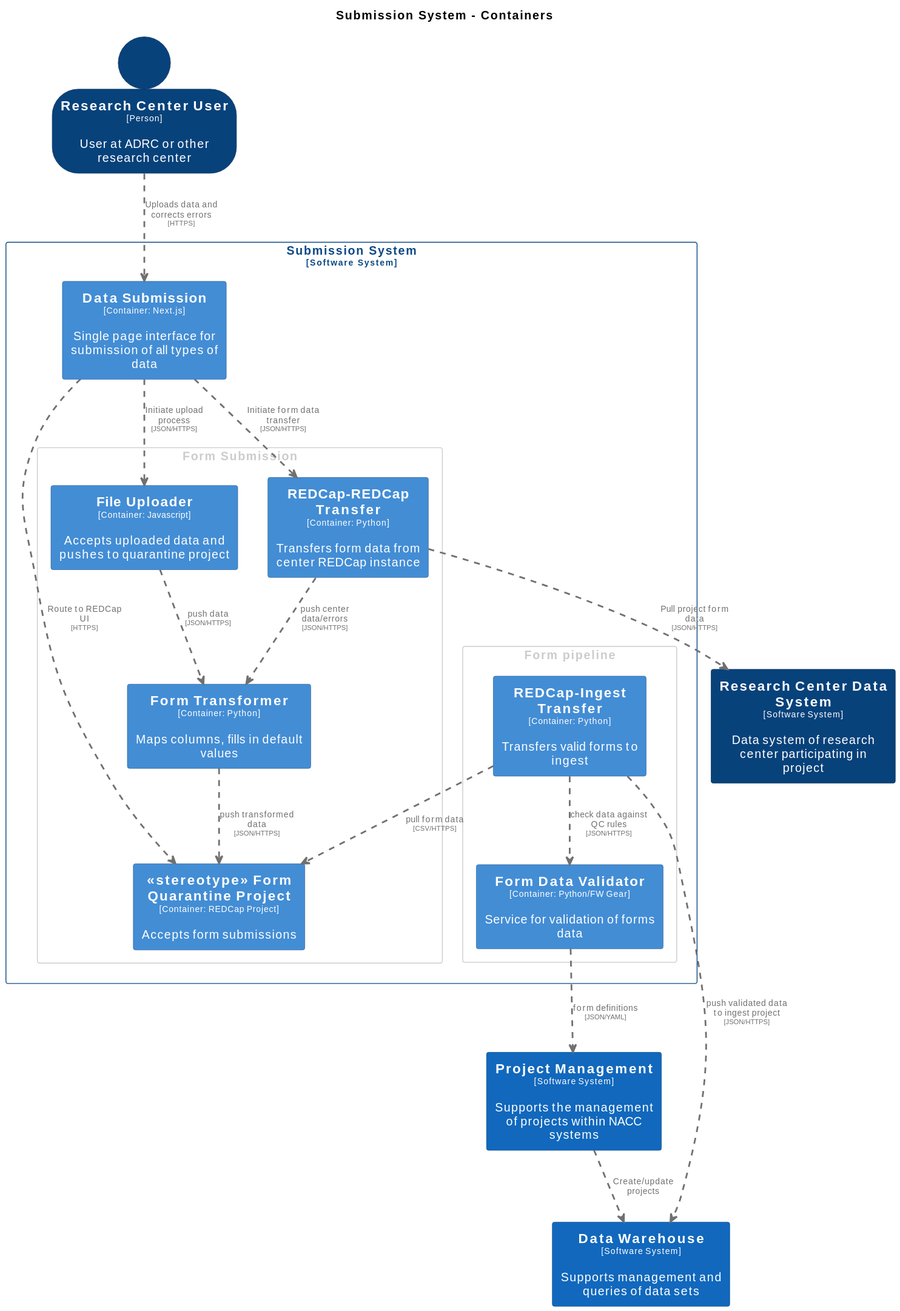
Earlier version of the PlantUML export docs/images/structurizr-SubmissionContainers.svg (naccdata/system-design).
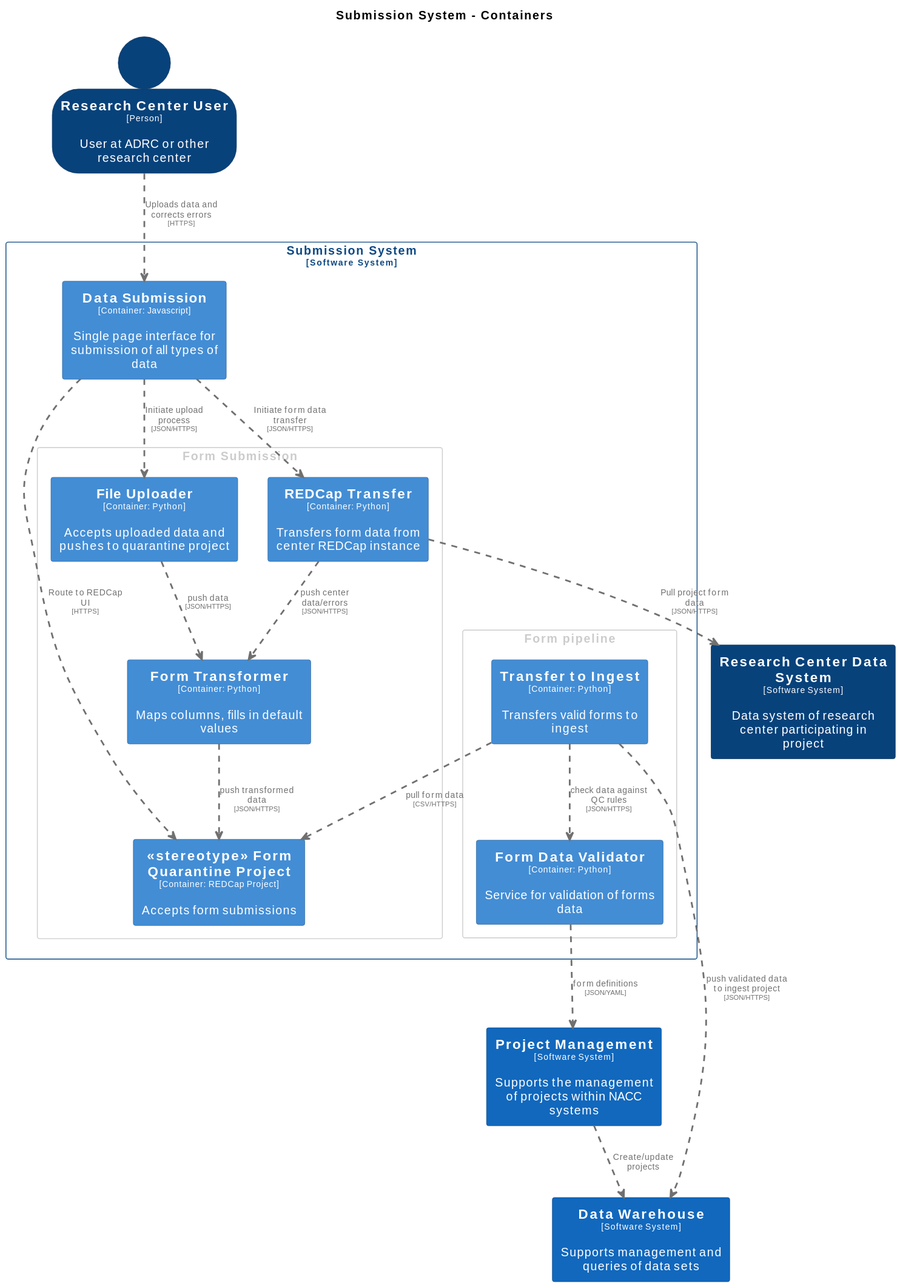
After the commit.

What changed in the source:
```diff
@@ -49,12 +49,7 @@
   FontColor #ffffff
   BorderColor #0b4884
 }
-skinparam rectangle<<SubmissionSystem.REDCapIngestTransfer>> {
-  BackgroundColor #438dd5
-  FontColor #ffffff
-  BorderColor #2e6295
-}
-skinparam rectangle<<SubmissionSystem.REDCapREDCapTransfer>> {
+skinparam rectangle<<SubmissionSystem.REDCapTransfer>> {
   BackgroundColor #438dd5
   FontColor #ffffff
   BorderColor #2e6295
@@ -68,6 +63,11 @@
   BackgroundColor #08427b
   FontColor #ffffff
   BorderColor #052e56
+}
+skinparam rectangle<<SubmissionSystem.TransfertoIngest>> {
+  BackgroundColor #438dd5
+  FontColor #ffffff
+  BorderColor #2e6295
 }
 
 rectangle "==Data Warehouse\n<size:10>[Software System]</size>\n\nSupports management and queries of data sets" <<DataWarehouse>> as DataWarehouse
@@ -85,32 +85,32 @@
 
     rectangle "==<<stereotype>> Form Quarantine Project\n<size:10>[Container: REDCap Project]</size>\n\nAccepts form submissions" <<SubmissionSystem.stereotypeFormQuarantineProject>> as SubmissionSystem.stereotypeFormQuarantineProject
     rectangle "==Form Transformer\n<size:10>[Container: Python]</size>\n\nMaps columns, fills in default values" <<SubmissionSystem.FormTransformer>> as SubmissionSystem.FormTransformer
-    rectangle "==REDCap-REDCap Transfer\n<size:10>[Container: Python]</size>\n\nTransfers form data from center REDCap instance" <<SubmissionSystem.REDCapREDCapTransfer>> as SubmissionSystem.REDCapREDCapTransfer
-    rectangle "==File Uploader\n<size:10>[Container: Javascript]</size>\n\nAccepts uploaded data and pushes to quarantine project" <<SubmissionSystem.FileUploader>> as SubmissionSystem.FileUploader
+    rectangle "==REDCap Transfer\n<size:10>[Container: Python]</size>\n\nTransfers form data from center REDCap instance" <<SubmissionSystem.REDCapTransfer>> as SubmissionSystem.REDCapTransfer
+    rectangle "==File Uploader\n<size:10>[Container: Python]</size>\n\nAccepts uploaded data and pushes to quarantine project" <<SubmissionSystem.FileUploader>> as SubmissionSystem.FileUploader
   }
 
   rectangle "Form pipeline" <<group2>> {
     skinparam RectangleBorderColor<<group2>> #cccccc
     skinparam RectangleFontColor<<group2>> #cccccc
 
-    rectangle "==Form Data Validator\n<size:10>[Container: Python/FW Gear]</size>\n\nService for validation of forms data" <<SubmissionSystem.FormDataValidator>> as SubmissionSystem.FormDataValidator
-    rectangle "==REDCap-Ingest Transfer\n<size:10>[Container: Python]</size>\n\nTransfers valid forms to ingest" <<SubmissionSystem.REDCapIngestTransfer>> as SubmissionSystem.REDCapIngestTransfer
+    rectangle "==Form Data Validator\n<size:10>[Container: Python]</size>\n\nService for validation of forms data" <<SubmissionSystem.FormDataValidator>> as SubmissionSystem.FormDataValidator
+    rectangle "==Transfer to Ingest\n<size:10>[Container: Python]</size>\n\nTransfers valid forms to ingest" <<SubmissionSystem.TransfertoIngest>> as SubmissionSystem.TransfertoIngest
   }
 
-  rectangle "==Data Submission\n<size:10>[Container: Next.js]</size>\n\nSingle page interface for submission of all types of data" <<SubmissionSystem.DataSubmission>> as SubmissionSystem.DataSubmission
+  rectangle "==Data Submission\n<size:10>[Container: Javascript]</size>\n\nSingle page interface for submission of all types of data" <<SubmissionSystem.DataSubmission>> as SubmissionSystem.DataSubmission
 }
 
 ResearchCenterUser .[#707070,thickness=2].> SubmissionSystem.DataSubmission : "<color:#707070>Uploads data and corrects errors\n<color:#707070><size:8>[HTTPS]</size>"
-SubmissionSystem.REDCapREDCapTransfer .[#707070,thickness=2].> ResearchCenterDataSystem : "<color:#707070>Pull project form data\n<color:#707070><size:8>[JSON/HTTPS]</size>"
+SubmissionSystem.REDCapTransfer .[#707070,thickness=2].> ResearchCenterDataSystem : "<color:#707070>Pull project form data\n<color:#707070><size:8>[JSON/HTTPS]</size>"
 ProjectManagement .[#707070,thickness=2].> DataWarehouse : "<color:#707070>Create/update projects"
 SubmissionSystem.FormDataValidator .[#707070,thickness=2].> ProjectManagement : "<color:#707070>form definitions\n<color:#707070><size:8>[JSON/YAML]</size>"
-SubmissionSystem.REDCapIngestTransfer .[#707070,thickness=2].> SubmissionSystem.FormDataValidator : "<color:#707070>check data against QC rules\n<color:#707070><size:8>[JSON/HTTPS]</size>"
-SubmissionSystem.REDCapIngestTransfer .[#707070,thickness=2].> DataWarehouse : "<color:#707070>push validated data to ingest project\n<color:#707070><size:8>[JSON/HTTPS]</size>"
+SubmissionSystem.TransfertoIngest .[#707070,thickness=2].> SubmissionSystem.FormDataValidator : "<color:#707070>check data against QC rules\n<color:#707070><size:8>[JSON/HTTPS]</size>"
+SubmissionSystem.TransfertoIngest .[#707070,thickness=2].> DataWarehouse : "<color:#707070>push validated data to ingest project\n<color:#707070><size:8>[JSON/HTTPS]</size>"
 SubmissionSystem.FormTransformer .[#707070,thickness=2].> SubmissionSystem.stereotypeFormQuarantineProject : "<color:#707070>push transformed data\n<color:#707070><size:8>[JSON/HTTPS]</size>"
-SubmissionSystem.REDCapIngestTransfer .[#707070,thickness=2].> SubmissionSystem.stereotypeFormQuarantineProject : "<color:#707070>pull form data\n<color:#707070><size:8>[CSV/HTTPS]</size>"
-SubmissionSystem.REDCapREDCapTransfer .[#707070,thickness=2].> SubmissionSystem.FormTransformer : "<color:#707070>push center data/errors\n<color:#707070><size:8>[JSON/HTTPS]</size>"
+SubmissionSystem.TransfertoIngest .[#707070,thickness=2].> SubmissionSystem.stereotypeFormQuarantineProject : "<color:#707070>pull form data\n<color:#707070><size:8>[CSV/HTTPS]</size>"
+SubmissionSystem.REDCapTransfer .[#707070,thickness=2].> SubmissionSystem.FormTransformer : "<color:#707070>push center data/errors\n<color:#707070><size:8>[JSON/HTTPS]</size>"
 SubmissionSystem.FileUploader .[#707070,thickness=2].> SubmissionSystem.FormTransformer : "<color:#707070>push data\n<color:#707070><size:8>[JSON/HTTPS]</size>"
-SubmissionSystem.DataSubmission .[#707070,thickness=2].> SubmissionSystem.REDCapREDCapTransfer : "<color:#707070>Initiate form data transfer\n<color:#707070><size:8>[JSON/HTTPS]</size>"
+SubmissionSystem.DataSubmission .[#707070,thickness=2].> SubmissionSystem.REDCapTransfer : "<color:#707070>Initiate form data transfer\n<color:#707070><size:8>[JSON/HTTPS]</size>"
 SubmissionSystem.DataSubmission .[#707070,thickness=2].> SubmissionSystem.stereotypeFormQuarantineProject : "<color:#707070>Route to REDCap UI\n<color:#707070><size:8>[HTTPS]</size>"
 SubmissionSystem.DataSubmission .[#707070,thickness=2].> SubmissionSystem.FileUploader : "<color:#707070>Initiate upload process\n<color:#707070><size:8>[JSON/HTTPS]</size>"
 @enduml
```
